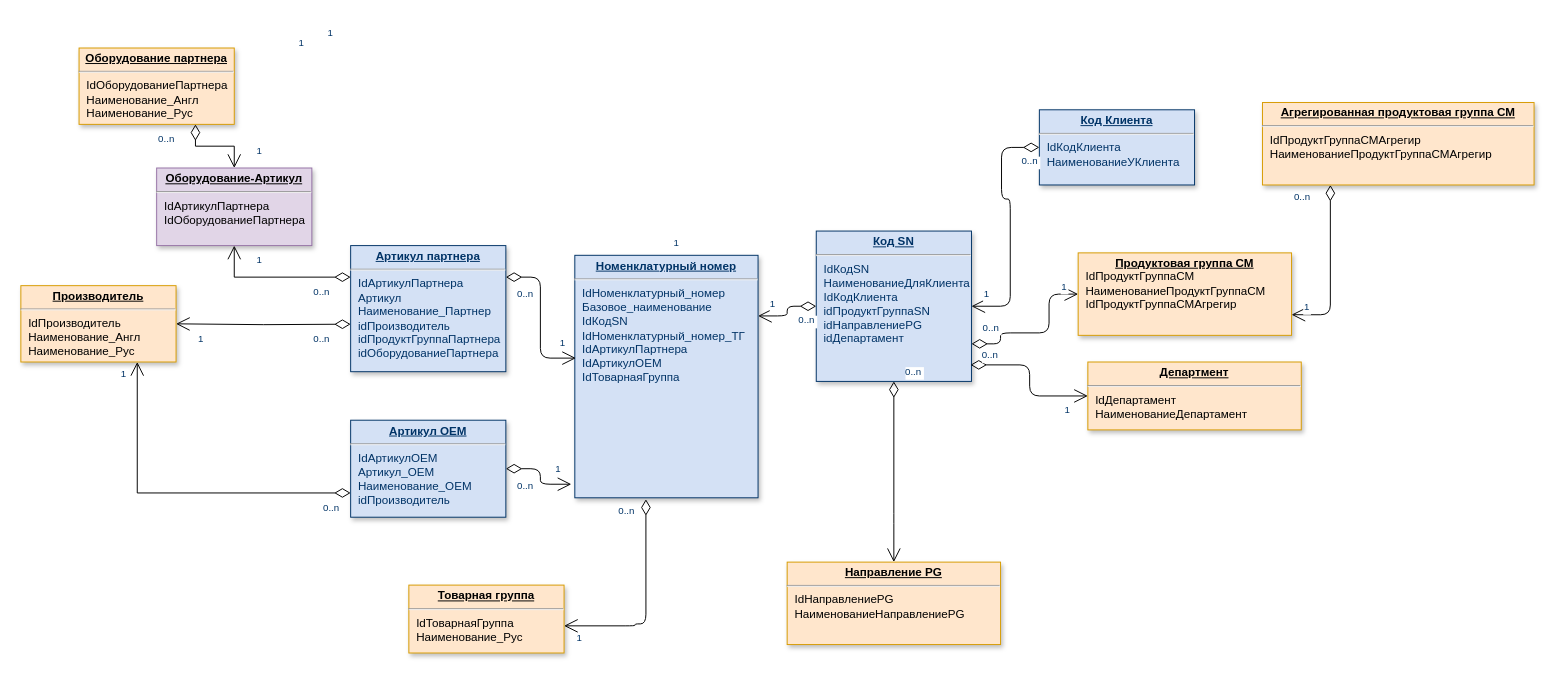
andrebuk/temp keeps this draw.io diagram as MDM для презентации.drawio. Above is the earlier version. Source tidied: cells renumbered, new cells numbered last; positions are measured from the earlier drawing's top-left corner, leaving out a move shared by most shapes. Both pictures are drawn from the tidied source at 97%, with x=0, y=0 at pixel (20, 48).
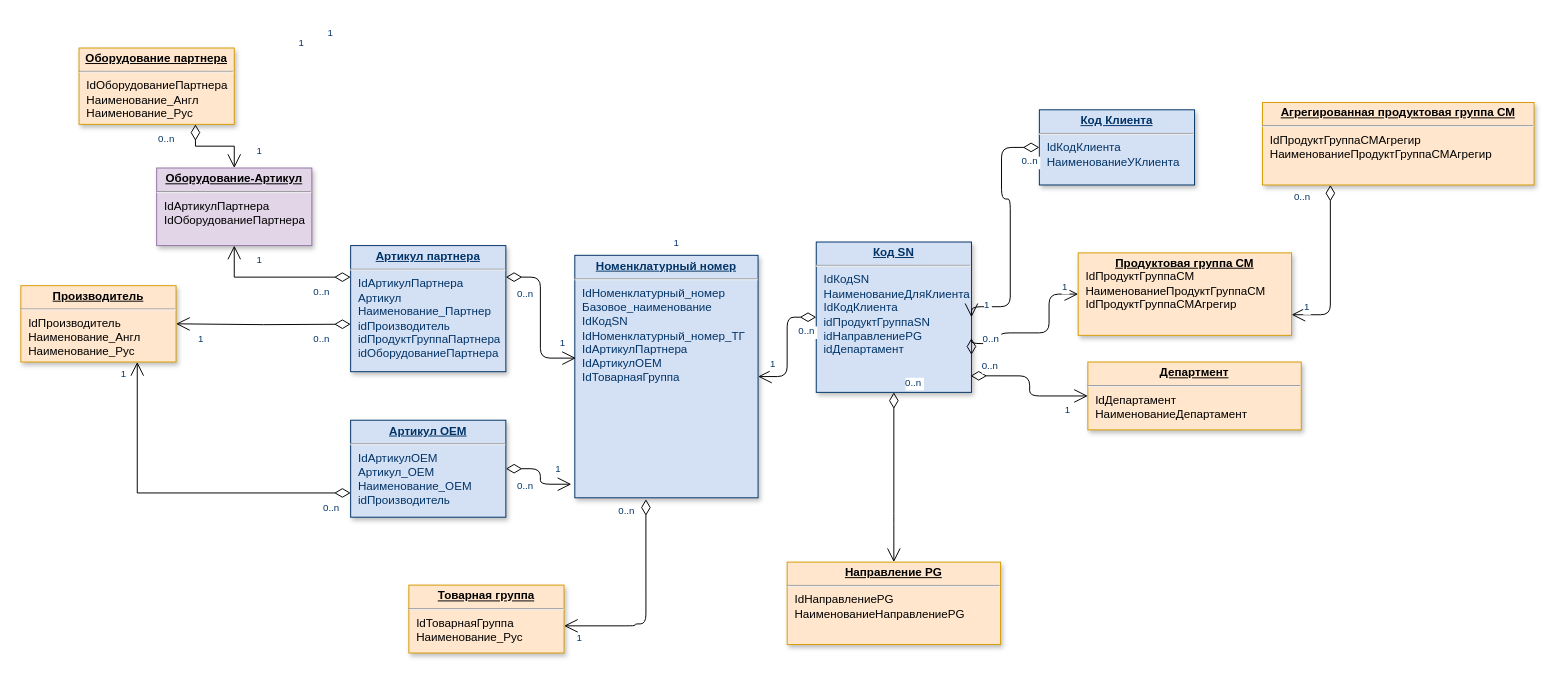
The same diagram, later.

The change refers to these unchanged cells:
```xml
<mxCell id="4" value="&lt;p style=&quot;margin: 0px ; margin-top: 4px ; text-align: center ; text-decoration: underline&quot;&gt;&lt;b&gt;Номенклатурный номер&lt;/b&gt;&lt;/p&gt;&lt;hr&gt;&lt;p style=&quot;margin: 0px ; margin-left: 8px&quot;&gt;IdНоменклатурный_номер&lt;/p&gt;&lt;p style=&quot;margin: 0px ; margin-left: 8px&quot;&gt;Базовое_наименование&lt;/p&gt;&lt;p style=&quot;margin: 0px ; margin-left: 8px&quot;&gt;&lt;span&gt;IdКодSN&lt;/span&gt;&lt;br&gt;&lt;/p&gt;&lt;p style=&quot;margin: 0px ; margin-left: 8px&quot;&gt;IdНоменклатурный_номер_ТГ&lt;/p&gt;&lt;p style=&quot;margin: 0px ; margin-left: 8px&quot;&gt;IdАртикулПартнера&lt;/p&gt;&lt;p style=&quot;margin: 0px ; margin-left: 8px&quot;&gt;IdАртикулOEM&lt;/p&gt;&lt;p style=&quot;margin: 0px ; margin-left: 8px&quot;&gt;IdТоварнаяГруппа&lt;/p&gt;&lt;p style=&quot;margin: 0px ; margin-left: 8px&quot;&gt;&lt;br&gt;&lt;/p&gt;" style="verticalAlign=top;align=left;overflow=fill;fontSize=12;fontFamily=Helvetica;html=1;strokeColor=#003366;shadow=1;fillColor=#D4E1F5;fontColor=#003366;" parent="1" vertex="1">
  <mxGeometry x="571.1" y="213.7" width="188.9" height="250" as="geometry" />
</mxCell>
```

The edit, as a diff of the source:
```diff
@@
     <mxCell id="3" value="&lt;p style=&quot;margin: 0px ; margin-top: 4px ; text-align: center ; text-decoration: underline&quot;&gt;&lt;strong&gt;Код SN&lt;/strong&gt;&lt;/p&gt;&lt;hr&gt;&lt;p style=&quot;margin: 0px ; margin-left: 8px&quot;&gt;IdКодSN&lt;/p&gt;&lt;p style=&quot;margin: 0px ; margin-left: 8px&quot;&gt;НаименованиеДляКлиента&lt;/p&gt;&lt;p style=&quot;margin: 0px ; margin-left: 8px&quot;&gt;IdКодКлиента&lt;/p&gt;&lt;p style=&quot;margin: 0px ; margin-left: 8px&quot;&gt;idПродуктГруппаSN&lt;/p&gt;&lt;p style=&quot;margin: 0px ; margin-left: 8px&quot;&gt;idНаправлениеPG&lt;/p&gt;&lt;p style=&quot;margin: 0px ; margin-left: 8px&quot;&gt;idДепартамент&lt;/p&gt;" style="verticalAlign=top;align=left;overflow=fill;fontSize=12;fontFamily=Helvetica;html=1;strokeColor=#003366;shadow=1;fillColor=#D4E1F5;fontColor=#003366;" parent="1" vertex="1">
-      <mxGeometry x="820" y="188.7" width="160" height="155" as="geometry" />
+      <mxGeometry x="820" y="200" width="160" height="155" as="geometry" />
     </mxCell>
@@
-    <mxCell id="18" style="endArrow=open;endSize=12;startArrow=diamondThin;startSize=14;startFill=0;edgeStyle=orthogonalEdgeStyle;entryX=1;entryY=0.25;entryDx=0;entryDy=0;exitX=0;exitY=0.5;exitDx=0;exitDy=0;" parent="1" edge="1" source="3" target="4">
+    <mxCell id="18" style="endArrow=open;endSize=12;startArrow=diamondThin;startSize=14;startFill=0;edgeStyle=orthogonalEdgeStyle;exitX=0;exitY=0.5;exitDx=0;exitDy=0;" parent="1" edge="1" source="3" target="4">
       <mxGeometry x="640" y="-1096.3" as="geometry" />
     </mxCell>
```
